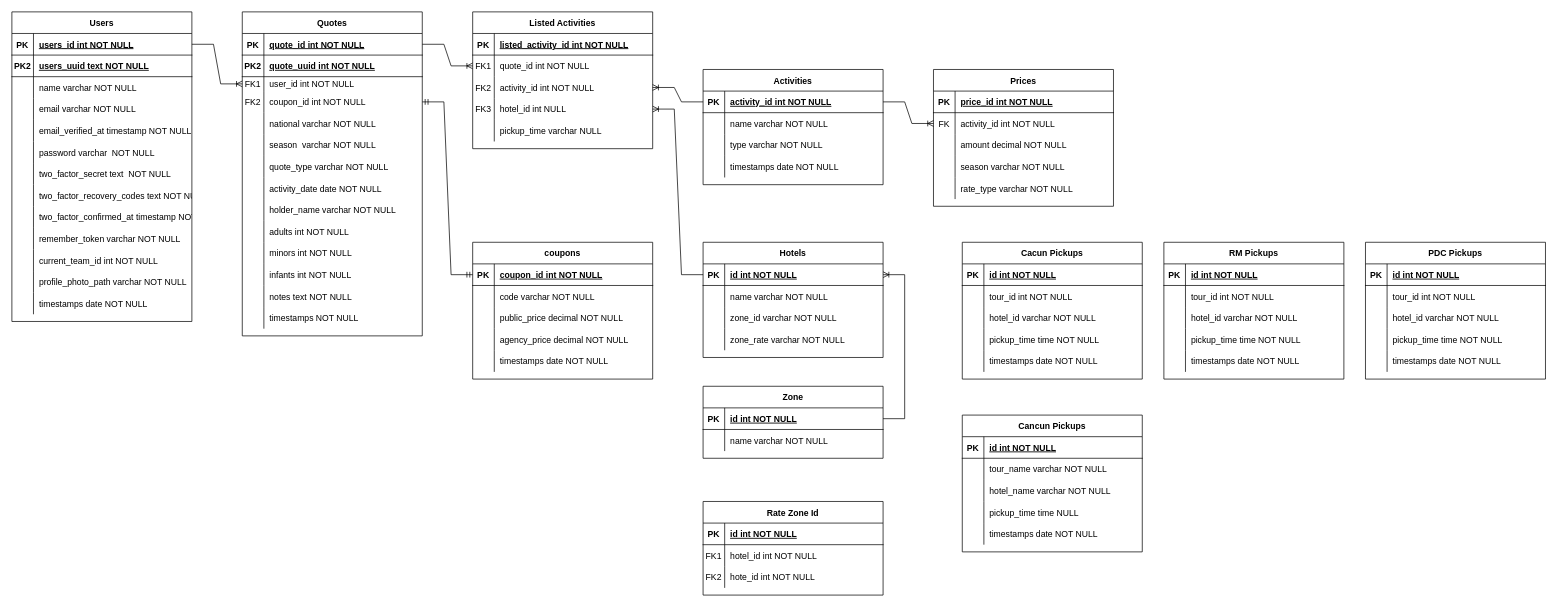
Earlier version of the draw.io diagram Diagrama sin título.drawio (Pcbtroniks/quote). Source tidied: cells renumbered, new cells numbered last; positions are measured from the earlier drawing's top-left corner, leaving out a move shared by most shapes. Both pictures are drawn from the tidied source at 72%, with x=0, y=0 at pixel (12, 12).
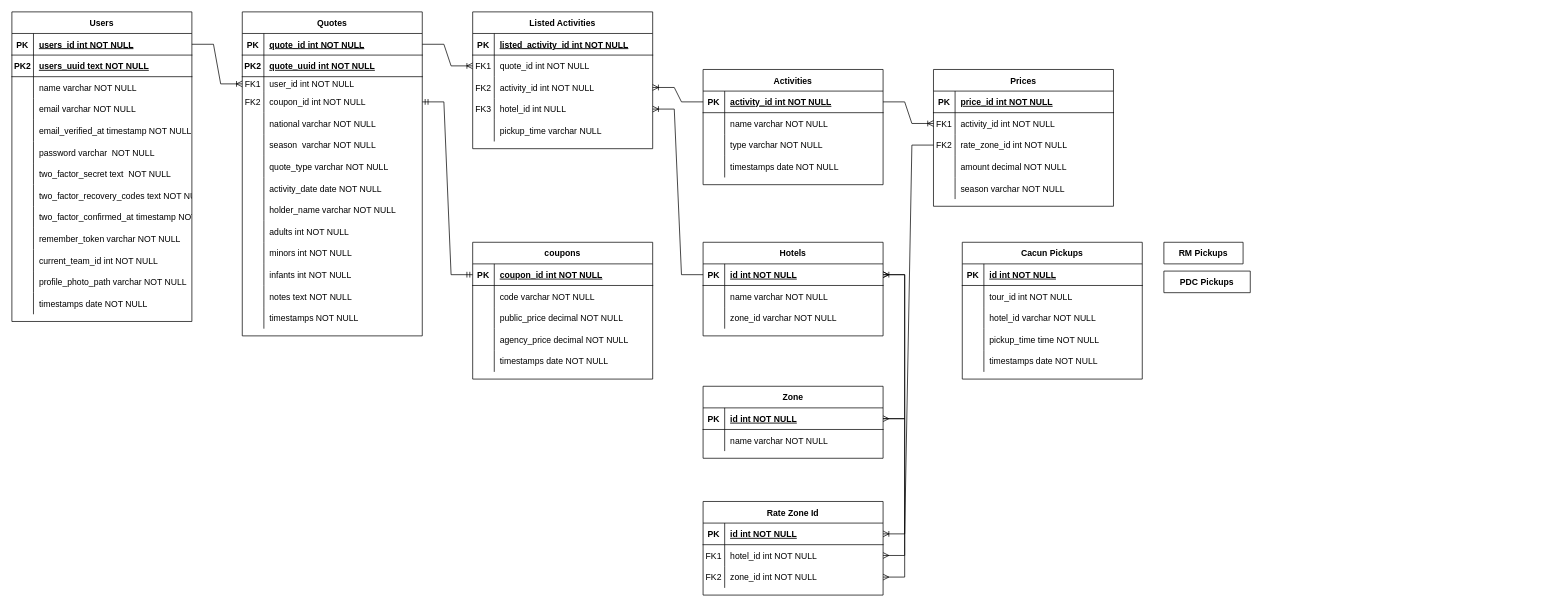
Above is the later version.

The change refers to these unchanged cells:
```xml
<mxCell id="98" value="Prices" style="shape=table;startSize=30;childLayout=tableLayout;rowLines=0;fontStyle=1;align=center;" parent="1" vertex="1">
  <mxGeometry x="1280" y="80" width="250" height="190" as="geometry" />
</mxCell>
<mxCell id="102" style="shape=partialRectangle;fillColor=none;points=[[0,0.5],[1,0.5]];portConstraint=eastwest;top=0;left=0;right=0;bottom=0;" parent="98" vertex="1">
  <mxGeometry y="60" width="250" height="30" as="geometry" />
</mxCell>
<mxCell id="163" style="shape=partialRectangle;fillColor=none;points=[[0,0.5],[1,0.5]];portConstraint=eastwest;top=0;left=0;right=0;bottom=1;" parent="162" vertex="1">
  <mxGeometry y="30" width="250" height="30" as="geometry" />
</mxCell>
<mxCell id="180" style="shape=partialRectangle;fillColor=none;points=[[0,0.5],[1,0.5]];portConstraint=eastwest;top=0;left=0;right=0;bottom=1;" parent="179" vertex="1">
  <mxGeometry y="30" width="250" height="30" as="geometry" />
</mxCell>
<mxCell id="222" style="shape=partialRectangle;fillColor=none;points=[[0,0.5],[1,0.5]];portConstraint=eastwest;top=0;left=0;right=0;bottom=1;" parent="221" vertex="1">
  <mxGeometry y="30" width="250" height="30" as="geometry" />
</mxCell>
<mxCell id="225" style="shape=partialRectangle;fillColor=none;points=[[0,0.5],[1,0.5]];portConstraint=eastwest;top=0;left=0;right=0;bottom=0;" parent="221" vertex="1">
  <mxGeometry y="60" width="250" height="30" as="geometry" />
</mxCell>
<mxCell id="228" style="shape=partialRectangle;fillColor=none;points=[[0,0.5],[1,0.5]];portConstraint=eastwest;top=0;left=0;right=0;bottom=0;" parent="221" vertex="1">
  <mxGeometry y="90" width="250" height="30" as="geometry" />
</mxCell>
```

What changed in the source:
```diff
@@
-    <mxCell id="103" value="FK" style="shape=partialRectangle;overflow=hidden;fillColor=none;top=0;left=0;bottom=0;right=0;" parent="102" vertex="1">
+    <mxCell id="103" value="FK1" style="shape=partialRectangle;overflow=hidden;fillColor=none;top=0;left=0;bottom=0;right=0;" parent="102" vertex="1">
       <mxGeometry width="30" height="30" as="geometry" />
     </mxCell>
@@
+    <mxCell id="111" style="shape=partialRectangle;fillColor=none;points=[[0,0.5],[1,0.5]];portConstraint=eastwest;top=0;left=0;right=0;bottom=0;" parent="98" vertex="1">
+      <mxGeometry y="90" width="250" height="30" as="geometry" />
+    </mxCell>
+    <mxCell id="112" value="FK2" style="shape=partialRectangle;overflow=hidden;fillColor=none;top=0;left=0;bottom=0;right=0;" parent="111" vertex="1">
+      <mxGeometry width="30" height="30" as="geometry" />
+    </mxCell>
+    <mxCell id="113" value="rate_zone_id int NOT NULL" style="shape=partialRectangle;overflow=hidden;fillColor=none;top=0;left=0;bottom=0;right=0;align=left;spacingLeft=6;" parent="111" vertex="1">
+      <mxGeometry x="30" width="220" height="30" as="geometry" />
+    </mxCell>
     <mxCell id="105" style="shape=partialRectangle;fillColor=none;top=0;left=0;right=0;bottom=0;" parent="98" vertex="1">
-      <mxGeometry y="90" width="250" height="30" as="geometry" />
+      <mxGeometry y="120" width="250" height="30" as="geometry" />
     </mxCell>
@@
     <mxCell id="108" style="shape=partialRectangle;fillColor=none;top=0;left=0;right=0;bottom=0;" parent="98" vertex="1">
-      <mxGeometry y="120" width="250" height="30" as="geometry" />
+      <mxGeometry y="150" width="250" height="30" as="geometry" />
     </mxCell>
@@
-    <mxCell id="111" style="shape=partialRectangle;fillColor=none;points=[[0,0.5],[1,0.5]];portConstraint=eastwest;top=0;left=0;right=0;bottom=0;" parent="98" vertex="1">
-      <mxGeometry y="150" width="250" height="30" as="geometry" />
-    </mxCell>
-    <mxCell id="112" style="shape=partialRectangle;overflow=hidden;fillColor=none;top=0;left=0;bottom=0;right=0;" parent="111" vertex="1">
-      <mxGeometry width="30" height="30" as="geometry" />
-    </mxCell>
-    <mxCell id="113" value="rate_type varchar NOT NULL" style="shape=partialRectangle;overflow=hidden;fillColor=none;top=0;left=0;bottom=0;right=0;align=left;spacingLeft=6;" parent="111" vertex="1">
-      <mxGeometry x="30" width="220" height="30" as="geometry" />
-    </mxCell>
@@
     <mxCell id="162" value="Hotels" style="shape=table;startSize=30;childLayout=tableLayout;rowLines=0;fontStyle=1;align=center;" parent="1" vertex="1">
-      <mxGeometry x="960" y="320" width="250" height="160" as="geometry" />
+      <mxGeometry x="960" y="320" width="250" height="130" as="geometry" />
     </mxCell>
@@
-    <mxCell id="172" style="shape=partialRectangle;fillColor=none;top=0;left=0;right=0;bottom=0;" parent="162" vertex="1">
-      <mxGeometry y="120" width="250" height="30" as="geometry" />
-    </mxCell>
-    <mxCell id="173" style="shape=partialRectangle;overflow=hidden;fillColor=none;top=0;left=0;bottom=0;right=0;" parent="172" vertex="1">
-      <mxGeometry width="30" height="30" as="geometry" />
-    </mxCell>
-    <mxCell id="174" value="zone_rate varchar NOT NULL" style="shape=partialRectangle;overflow=hidden;fillColor=none;top=0;left=0;bottom=0;right=0;align=left;spacingLeft=6;" parent="172" vertex="1">
-      <mxGeometry x="30" width="220" height="30" as="geometry" />
-    </mxCell>
@@
-    <mxCell id="189" value="RM Pickups" style="shape=table;startSize=30;childLayout=tableLayout;rowLines=0;fontStyle=1;align=center;" parent="1" vertex="1">
-      <mxGeometry x="1600" y="320" width="250" height="190" as="geometry" />
+    <mxCell id="189" value="RM Pickups" style="shape=table;startSize=30;childLayout=tableLayout;rowLines=0;fontStyle=1;align=center;" parent="1" vertex="1" collapsed="1">
+      <mxGeometry x="1600" y="320" width="110" height="30" as="geometry" />
     </mxCell>
-    <mxCell id="190" style="shape=partialRectangle;fillColor=none;top=0;left=0;right=0;bottom=1;" parent="189" vertex="1">
-      <mxGeometry y="30" width="250" height="30" as="geometry" />
-    </mxCell>
-    <mxCell id="191" value="PK" style="shape=partialRectangle;overflow=hidden;fillColor=none;top=0;left=0;bottom=0;right=0;fontStyle=1;" parent="190" vertex="1">
-      <mxGeometry width="30" height="30" as="geometry" />
-    </mxCell>
-    <mxCell id="192" value="id int NOT NULL " style="shape=partialRectangle;overflow=hidden;fillColor=none;top=0;left=0;bottom=0;right=0;align=left;spacingLeft=6;fontStyle=5;" parent="190" vertex="1">
-      <mxGeometry x="30" width="220" height="30" as="geometry" />
-    </mxCell>
-    <mxCell id="193" style="shape=partialRectangle;fillColor=none;top=0;left=0;right=0;bottom=0;" parent="189" vertex="1">
-      <mxGeometry y="60" width="250" height="30" as="geometry" />
-    </mxCell>
-    <mxCell id="194" style="shape=partialRectangle;overflow=hidden;fillColor=none;top=0;left=0;bottom=0;right=0;" parent="193" vertex="1">
-      <mxGeometry width="30" height="30" as="geometry" />
-    </mxCell>
-    <mxCell id="195" value="tour_id int NOT NULL" style="shape=partialRectangle;overflow=hidden;fillColor=none;top=0;left=0;bottom=0;right=0;align=left;spacingLeft=6;" parent="193" vertex="1">
-      <mxGeometry x="30" width="220" height="30" as="geometry" />
-    </mxCell>
-    <mxCell id="196" style="shape=partialRectangle;fillColor=none;top=0;left=0;right=0;bottom=0;" parent="189" vertex="1">
-      <mxGeometry y="90" width="250" height="30" as="geometry" />
-    </mxCell>
-    <mxCell id="197" style="shape=partialRectangle;overflow=hidden;fillColor=none;top=0;left=0;bottom=0;right=0;" parent="196" vertex="1">
-      <mxGeometry width="30" height="30" as="geometry" />
-    </mxCell>
-    <mxCell id="198" value="hotel_id varchar NOT NULL" style="shape=partialRectangle;overflow=hidden;fillColor=none;top=0;left=0;bottom=0;right=0;align=left;spacingLeft=6;" parent="196" vertex="1">
-      <mxGeometry x="30" width="220" height="30" as="geometry" />
-    </mxCell>
-    <mxCell id="199" style="shape=partialRectangle;fillColor=none;top=0;left=0;right=0;bottom=0;" parent="189" vertex="1">
-      <mxGeometry y="120" width="250" height="30" as="geometry" />
-    </mxCell>
-    <mxCell id="200" style="shape=partialRectangle;overflow=hidden;fillColor=none;top=0;left=0;bottom=0;right=0;" parent="199" vertex="1">
-      <mxGeometry width="30" height="30" as="geometry" />
-    </mxCell>
-    <mxCell id="201" value="pickup_time time NOT NULL" style="shape=partialRectangle;overflow=hidden;fillColor=none;top=0;left=0;bottom=0;right=0;align=left;spacingLeft=6;" parent="199" vertex="1">
-      <mxGeometry x="30" width="220" height="30" as="geometry" />
-    </mxCell>
-    <mxCell id="202" style="shape=partialRectangle;fillColor=none;top=0;left=0;right=0;bottom=0;" parent="189" vertex="1">
-      <mxGeometry y="150" width="250" height="30" as="geometry" />
-    </mxCell>
-    <mxCell id="203" style="shape=partialRectangle;overflow=hidden;fillColor=none;top=0;left=0;bottom=0;right=0;" parent="202" vertex="1">
-      <mxGeometry width="30" height="30" as="geometry" />
-    </mxCell>
-    <mxCell id="204" value="timestamps date NOT NULL" style="shape=partialRectangle;overflow=hidden;fillColor=none;top=0;left=0;bottom=0;right=0;align=left;spacingLeft=6;" parent="202" vertex="1">
-      <mxGeometry x="30" width="220" height="30" as="geometry" />
-    </mxCell>
-    <mxCell id="205" value="PDC Pickups" style="shape=table;startSize=30;childLayout=tableLayout;rowLines=0;fontStyle=1;align=center;" parent="1" vertex="1">
-      <mxGeometry x="1880" y="320" width="250" height="190" as="geometry" />
+    <mxCell id="205" value="PDC Pickups" style="shape=table;startSize=30;childLayout=tableLayout;rowLines=0;fontStyle=1;align=center;" parent="1" vertex="1" collapsed="1">
+      <mxGeometry x="1600" y="360" width="120" height="30" as="geometry" />
     </mxCell>
-    <mxCell id="206" style="shape=partialRectangle;fillColor=none;top=0;left=0;right=0;bottom=1;" parent="205" vertex="1">
-      <mxGeometry y="30" width="250" height="30" as="geometry" />
-    </mxCell>
-    <mxCell id="207" value="PK" style="shape=partialRectangle;overflow=hidden;fillColor=none;top=0;left=0;bottom=0;right=0;fontStyle=1;" parent="206" vertex="1">
-      <mxGeometry width="30" height="30" as="geometry" />
-    </mxCell>
-    <mxCell id="208" value="id int NOT NULL " style="shape=partialRectangle;overflow=hidden;fillColor=none;top=0;left=0;bottom=0;right=0;align=left;spacingLeft=6;fontStyle=5;" parent="206" vertex="1">
-      <mxGeometry x="30" width="220" height="30" as="geometry" />
-    </mxCell>
-    <mxCell id="209" style="shape=partialRectangle;fillColor=none;top=0;left=0;right=0;bottom=0;" parent="205" vertex="1">
-      <mxGeometry y="60" width="250" height="30" as="geometry" />
-    </mxCell>
-    <mxCell id="210" style="shape=partialRectangle;overflow=hidden;fillColor=none;top=0;left=0;bottom=0;right=0;" parent="209" vertex="1">
-      <mxGeometry width="30" height="30" as="geometry" />
-    </mxCell>
-    <mxCell id="211" value="tour_id int NOT NULL" style="shape=partialRectangle;overflow=hidden;fillColor=none;top=0;left=0;bottom=0;right=0;align=left;spacingLeft=6;" parent="209" vertex="1">
-      <mxGeometry x="30" width="220" height="30" as="geometry" />
-    </mxCell>
-    <mxCell id="212" style="shape=partialRectangle;fillColor=none;top=0;left=0;right=0;bottom=0;" parent="205" vertex="1">
-      <mxGeometry y="90" width="250" height="30" as="geometry" />
-    </mxCell>
-    <mxCell id="213" style="shape=partialRectangle;overflow=hidden;fillColor=none;top=0;left=0;bottom=0;right=0;" parent="212" vertex="1">
-      <mxGeometry width="30" height="30" as="geometry" />
-    </mxCell>
-    <mxCell id="214" value="hotel_id varchar NOT NULL" style="shape=partialRectangle;overflow=hidden;fillColor=none;top=0;left=0;bottom=0;right=0;align=left;spacingLeft=6;" parent="212" vertex="1">
-      <mxGeometry x="30" width="220" height="30" as="geometry" />
-    </mxCell>
-    <mxCell id="215" style="shape=partialRectangle;fillColor=none;top=0;left=0;right=0;bottom=0;" parent="205" vertex="1">
-      <mxGeometry y="120" width="250" height="30" as="geometry" />
-    </mxCell>
-    <mxCell id="216" style="shape=partialRectangle;overflow=hidden;fillColor=none;top=0;left=0;bottom=0;right=0;" parent="215" vertex="1">
-      <mxGeometry width="30" height="30" as="geometry" />
-    </mxCell>
-    <mxCell id="217" value="pickup_time time NOT NULL" style="shape=partialRectangle;overflow=hidden;fillColor=none;top=0;left=0;bottom=0;right=0;align=left;spacingLeft=6;" parent="215" vertex="1">
-      <mxGeometry x="30" width="220" height="30" as="geometry" />
-    </mxCell>
-    <mxCell id="218" style="shape=partialRectangle;fillColor=none;top=0;left=0;right=0;bottom=0;" parent="205" vertex="1">
-      <mxGeometry y="150" width="250" height="30" as="geometry" />
-    </mxCell>
-    <mxCell id="219" style="shape=partialRectangle;overflow=hidden;fillColor=none;top=0;left=0;bottom=0;right=0;" parent="218" vertex="1">
-      <mxGeometry width="30" height="30" as="geometry" />
-    </mxCell>
-    <mxCell id="220" value="timestamps date NOT NULL" style="shape=partialRectangle;overflow=hidden;fillColor=none;top=0;left=0;bottom=0;right=0;align=left;spacingLeft=6;" parent="218" vertex="1">
-      <mxGeometry x="30" width="220" height="30" as="geometry" />
-    </mxCell>
@@
-    <mxCell id="230" value="hote_id int NOT NULL" style="shape=partialRectangle;overflow=hidden;fillColor=none;top=0;left=0;bottom=0;right=0;align=left;spacingLeft=6;" parent="228" vertex="1">
+    <mxCell id="230" value="zone_id int NOT NULL" style="shape=partialRectangle;overflow=hidden;fillColor=none;top=0;left=0;bottom=0;right=0;align=left;spacingLeft=6;" parent="228" vertex="1">
       <mxGeometry x="30" width="220" height="30" as="geometry" />
     </mxCell>
-    <mxCell id="231" value="Cancun Pickups" style="shape=table;startSize=30;childLayout=tableLayout;rowLines=0;fontStyle=1;align=center;" parent="1" vertex="1">
-      <mxGeometry x="1320" y="560" width="250" height="190" as="geometry" />
-    </mxCell>
-    <mxCell id="232" style="shape=partialRectangle;fillColor=none;top=0;left=0;right=0;bottom=1;" parent="231" vertex="1">
-      <mxGeometry y="30" width="250" height="30" as="geometry" />
-    </mxCell>
-    <mxCell id="233" value="PK" style="shape=partialRectangle;overflow=hidden;fillColor=none;top=0;left=0;bottom=0;right=0;fontStyle=1;" parent="232" vertex="1">
-      <mxGeometry width="30" height="30" as="geometry" />
-    </mxCell>
-    <mxCell id="234" value="id int NOT NULL " style="shape=partialRectangle;overflow=hidden;fillColor=none;top=0;left=0;bottom=0;right=0;align=left;spacingLeft=6;fontStyle=5;" parent="232" vertex="1">
-      <mxGeometry x="30" width="220" height="30" as="geometry" />
-    </mxCell>
-    <mxCell id="235" style="shape=partialRectangle;fillColor=none;top=0;left=0;right=0;bottom=0;" parent="231" vertex="1">
-      <mxGeometry y="60" width="250" height="30" as="geometry" />
-    </mxCell>
-    <mxCell id="236" style="shape=partialRectangle;overflow=hidden;fillColor=none;top=0;left=0;bottom=0;right=0;" parent="235" vertex="1">
-      <mxGeometry width="30" height="30" as="geometry" />
-    </mxCell>
-    <mxCell id="237" value="tour_name varchar NOT NULL" style="shape=partialRectangle;overflow=hidden;fillColor=none;top=0;left=0;bottom=0;right=0;align=left;spacingLeft=6;" parent="235" vertex="1">
-      <mxGeometry x="30" width="220" height="30" as="geometry" />
-    </mxCell>
-    <mxCell id="238" style="shape=partialRectangle;fillColor=none;top=0;left=0;right=0;bottom=0;" parent="231" vertex="1">
-      <mxGeometry y="90" width="250" height="30" as="geometry" />
-    </mxCell>
-    <mxCell id="239" style="shape=partialRectangle;overflow=hidden;fillColor=none;top=0;left=0;bottom=0;right=0;" parent="238" vertex="1">
-      <mxGeometry width="30" height="30" as="geometry" />
-    </mxCell>
-    <mxCell id="240" value="hotel_name varchar NOT NULL" style="shape=partialRectangle;overflow=hidden;fillColor=none;top=0;left=0;bottom=0;right=0;align=left;spacingLeft=6;" parent="238" vertex="1">
-      <mxGeometry x="30" width="220" height="30" as="geometry" />
-    </mxCell>
-    <mxCell id="241" style="shape=partialRectangle;fillColor=none;top=0;left=0;right=0;bottom=0;" parent="231" vertex="1">
-      <mxGeometry y="120" width="250" height="30" as="geometry" />
-    </mxCell>
-    <mxCell id="242" style="shape=partialRectangle;overflow=hidden;fillColor=none;top=0;left=0;bottom=0;right=0;" parent="241" vertex="1">
-      <mxGeometry width="30" height="30" as="geometry" />
-    </mxCell>
-    <mxCell id="243" value="pickup_time time NULL" style="shape=partialRectangle;overflow=hidden;fillColor=none;top=0;left=0;bottom=0;right=0;align=left;spacingLeft=6;" parent="241" vertex="1">
-      <mxGeometry x="30" width="220" height="30" as="geometry" />
-    </mxCell>
-    <mxCell id="244" style="shape=partialRectangle;fillColor=none;top=0;left=0;right=0;bottom=0;" parent="231" vertex="1">
-      <mxGeometry y="150" width="250" height="30" as="geometry" />
-    </mxCell>
-    <mxCell id="245" style="shape=partialRectangle;overflow=hidden;fillColor=none;top=0;left=0;bottom=0;right=0;" parent="244" vertex="1">
-      <mxGeometry width="30" height="30" as="geometry" />
-    </mxCell>
-    <mxCell id="246" value="timestamps date NOT NULL" style="shape=partialRectangle;overflow=hidden;fillColor=none;top=0;left=0;bottom=0;right=0;align=left;spacingLeft=6;" parent="244" vertex="1">
-      <mxGeometry x="30" width="220" height="30" as="geometry" />
-    </mxCell>
+    <mxCell id="247" style="edgeStyle=entityRelationEdgeStyle;fontSize=12;html=1;endArrow=ERoneToMany;rounded=0;" parent="1" edge="1" source="111" target="222">
+      <mxGeometry relative="1" as="geometry" />
+    </mxCell>
+    <mxCell id="248" style="edgeStyle=entityRelationEdgeStyle;fontSize=12;html=1;endArrow=ERmany;startArrow=ERmany;rounded=0;" parent="1" edge="1" source="225" target="163">
+      <mxGeometry relative="1" as="geometry" />
+    </mxCell>
+    <mxCell id="249" style="edgeStyle=entityRelationEdgeStyle;fontSize=12;html=1;endArrow=ERmany;startArrow=ERmany;rounded=0;" parent="1" edge="1" source="228" target="180">
+      <mxGeometry relative="1" as="geometry" />
+    </mxCell>
```
